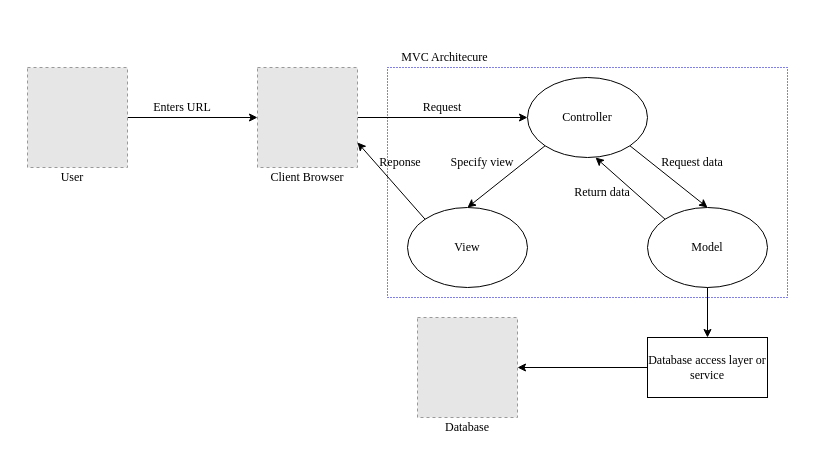
Earlier version of the draw.io diagram img/Chapter2/Flow_MVC_Architecture/Flow_MVC_Architecture.drawio (CorrieScheepers/Masters). Source tidied: cells renumbered, new cells numbered last; positions are measured from the earlier drawing's top-left corner, leaving out a move shared by most shapes. Both pictures are drawn from the tidied source at 100%, with x=0, y=0 at pixel (27, 47). Pictures stored in the file or linked from it are replaced by grey dashed boxes.
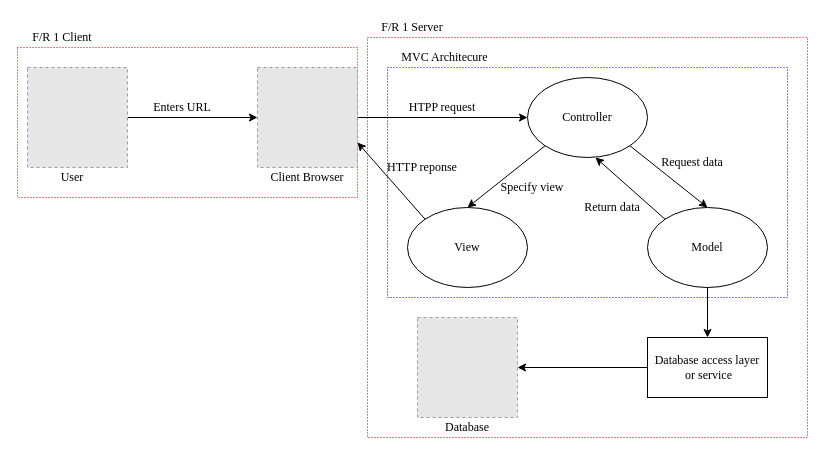
After the change.

Diff of the diagram source:
```diff
@@
+    <mxCell id="28" style="rounded=0;whiteSpace=wrap;html=1;fillColor=none;dashed=1;strokeColor=#CC0000;fontFamily=Times New Roman;dashPattern=1 2;" parent="1" vertex="1">
+      <mxGeometry x="340" y="-10" width="440" height="400" as="geometry" />
+    </mxCell>
+    <mxCell id="29" style="rounded=0;whiteSpace=wrap;html=1;fillColor=none;dashed=1;dashPattern=1 2;strokeColor=#CC0000;fontFamily=Times New Roman;" parent="1" vertex="1">
+      <mxGeometry x="-10" width="340" height="150" as="geometry" />
+    </mxCell>
@@
-    <mxCell id="15" value="Request" style="text;html=1;strokeColor=none;fillColor=none;align=center;verticalAlign=middle;whiteSpace=wrap;rounded=0;fontFamily=Times New Roman;" parent="1" vertex="1">
+    <mxCell id="15" value="HTPP request" style="text;html=1;strokeColor=none;fillColor=none;align=center;verticalAlign=middle;whiteSpace=wrap;rounded=0;fontFamily=Times New Roman;" parent="1" vertex="1">
       <mxGeometry x="370" y="50" width="90" height="20" as="geometry" />
     </mxCell>
@@
-    <mxCell id="21" value="Database access layer or service" style="rounded=0;whiteSpace=wrap;html=1;fillColor=none;fontFamily=Times New Roman;" parent="1" vertex="1">
+    <mxCell id="21" value="Database access layer&lt;br&gt;&amp;nbsp;or service" style="rounded=0;whiteSpace=wrap;html=1;fillColor=none;fontFamily=Times New Roman;" parent="1" vertex="1">
       <mxGeometry x="620" y="290" width="120" height="60" as="geometry" />
     </mxCell>
@@
-    <mxCell id="23" value="Reponse" style="text;html=1;strokeColor=none;fillColor=none;align=center;verticalAlign=middle;whiteSpace=wrap;rounded=0;fontFamily=Times New Roman;rotation=0;" parent="1" vertex="1">
-      <mxGeometry x="327.5" y="105" width="90" height="20" as="geometry" />
+    <mxCell id="23" value="HTTP reponse" style="text;html=1;strokeColor=none;fillColor=none;align=center;verticalAlign=middle;whiteSpace=wrap;rounded=0;fontFamily=Times New Roman;rotation=0;" parent="1" vertex="1">
+      <mxGeometry x="350" y="110" width="90" height="20" as="geometry" />
     </mxCell>
     <mxCell id="24" value="Return data" style="text;html=1;strokeColor=none;fillColor=none;align=center;verticalAlign=middle;whiteSpace=wrap;rounded=0;fontFamily=Times New Roman;rotation=0;" parent="1" vertex="1">
-      <mxGeometry x="530" y="135" width="90" height="20" as="geometry" />
+      <mxGeometry x="540" y="150" width="90" height="20" as="geometry" />
     </mxCell>
@@
     <mxCell id="26" value="Specify view" style="text;html=1;strokeColor=none;fillColor=none;align=center;verticalAlign=middle;whiteSpace=wrap;rounded=0;fontFamily=Times New Roman;rotation=0;" parent="1" vertex="1">
-      <mxGeometry x="410" y="105" width="90" height="20" as="geometry" />
+      <mxGeometry x="460" y="130" width="90" height="20" as="geometry" />
     </mxCell>
@@
+    <mxCell id="30" value="F/R 1 Client" style="text;html=1;strokeColor=none;fillColor=none;align=center;verticalAlign=middle;whiteSpace=wrap;rounded=0;fontFamily=Times New Roman;" parent="1" vertex="1">
+      <mxGeometry x="-10" y="-20" width="90" height="20" as="geometry" />
+    </mxCell>
+    <mxCell id="31" value="F/R 1 Server" style="text;html=1;strokeColor=none;fillColor=none;align=center;verticalAlign=middle;whiteSpace=wrap;rounded=0;fontFamily=Times New Roman;" parent="1" vertex="1">
+      <mxGeometry x="340" y="-30" width="90" height="20" as="geometry" />
+    </mxCell>
```
